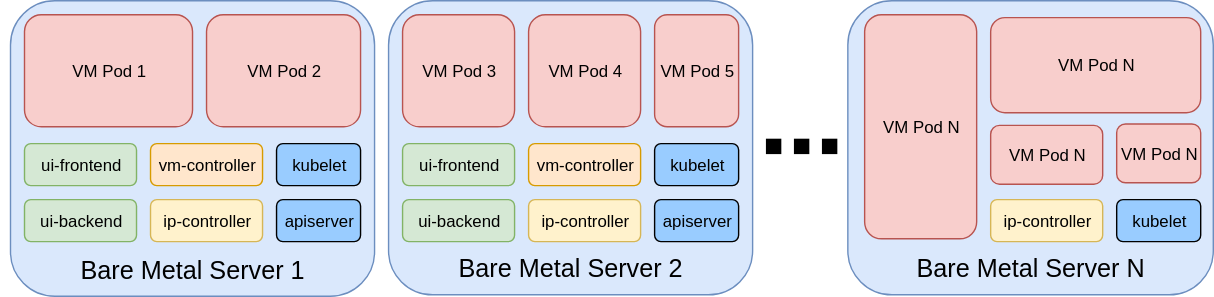
Before: docs/highlevel.svg, a diagram exported from draw.io (rancher/old-vm). Source tidied: cells renumbered, new cells last; positions are measured from the earlier drawing's top-left corner, leaving out a move shared by most shapes.
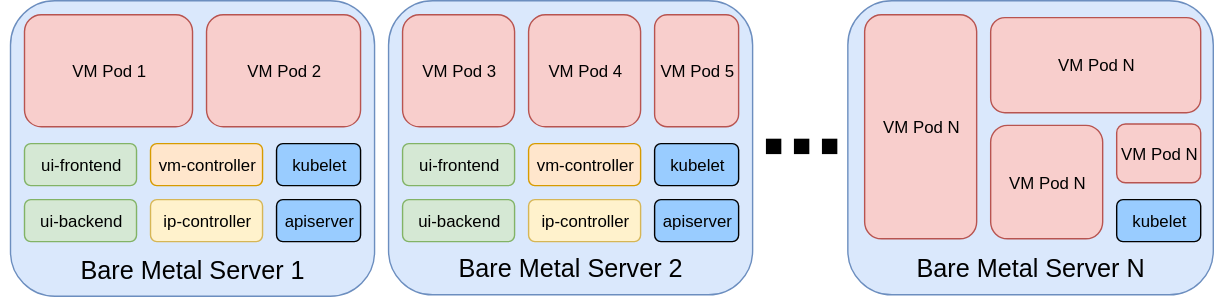
The same diagram one commit later.

The edit, as a diff of the source:
```diff
@@ -53,9 +53,6 @@
     <mxCell id="18" value="kubelet" style="rounded=1;whiteSpace=wrap;html=1;fillColor=#99CCFF;" parent="1" vertex="1">
       <mxGeometry x="790" y="142" width="60" height="30" as="geometry" />
     </mxCell>
-    <mxCell id="19" value="ip-controller" style="rounded=1;whiteSpace=wrap;html=1;fillColor=#fff2cc;strokeColor=#d6b656;" parent="1" vertex="1">
-      <mxGeometry x="700" y="142" width="80" height="30" as="geometry" />
-    </mxCell>
     <mxCell id="20" value="VM Pod 2" style="rounded=1;whiteSpace=wrap;html=1;fillColor=#f8cecc;strokeColor=#b85450;" parent="1" vertex="1">
       <mxGeometry x="140" y="10" width="110" height="80" as="geometry" />
     </mxCell>
@@ -78,7 +75,7 @@
       <mxGeometry x="700" y="12" width="150" height="68" as="geometry" />
     </mxCell>
     <mxCell id="27" value="VM Pod N" style="rounded=1;whiteSpace=wrap;html=1;fillColor=#f8cecc;strokeColor=#b85450;" parent="1" vertex="1">
-      <mxGeometry x="700" y="89" width="80" height="42" as="geometry" />
+      <mxGeometry x="700" y="89" width="80" height="81" as="geometry" />
     </mxCell>
     <mxCell id="28" value="VM Pod N" style="rounded=1;whiteSpace=wrap;html=1;fillColor=#f8cecc;strokeColor=#b85450;" parent="1" vertex="1">
       <mxGeometry x="790" y="88" width="60" height="42" as="geometry" />
```
